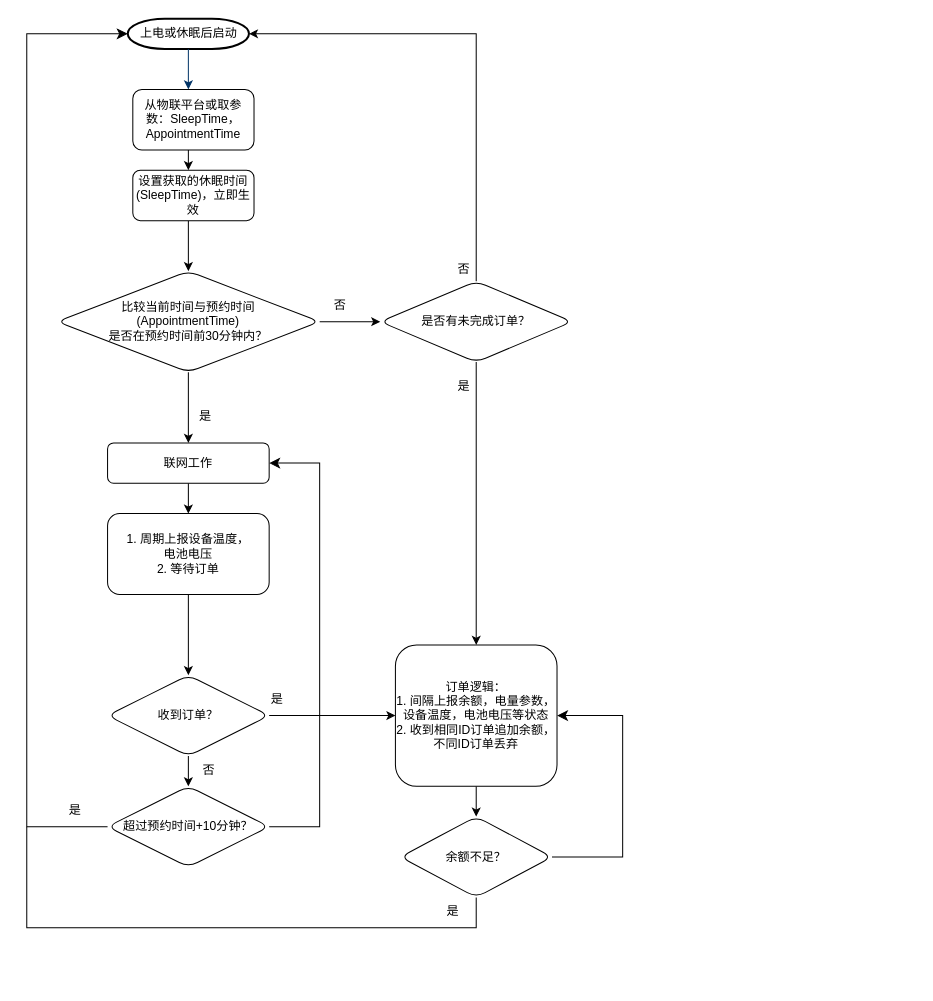
Earlier version of the draw.io diagram 未命名绘图.drawio (luo125/build-your-own-x). Source tidied: cells renumbered, new cells numbered last; positions are measured from the earlier drawing's top-left corner, leaving out a move shared by most shapes. Both pictures are drawn from the tidied source at 101%, with x=0, y=0 at pixel (26, 18).
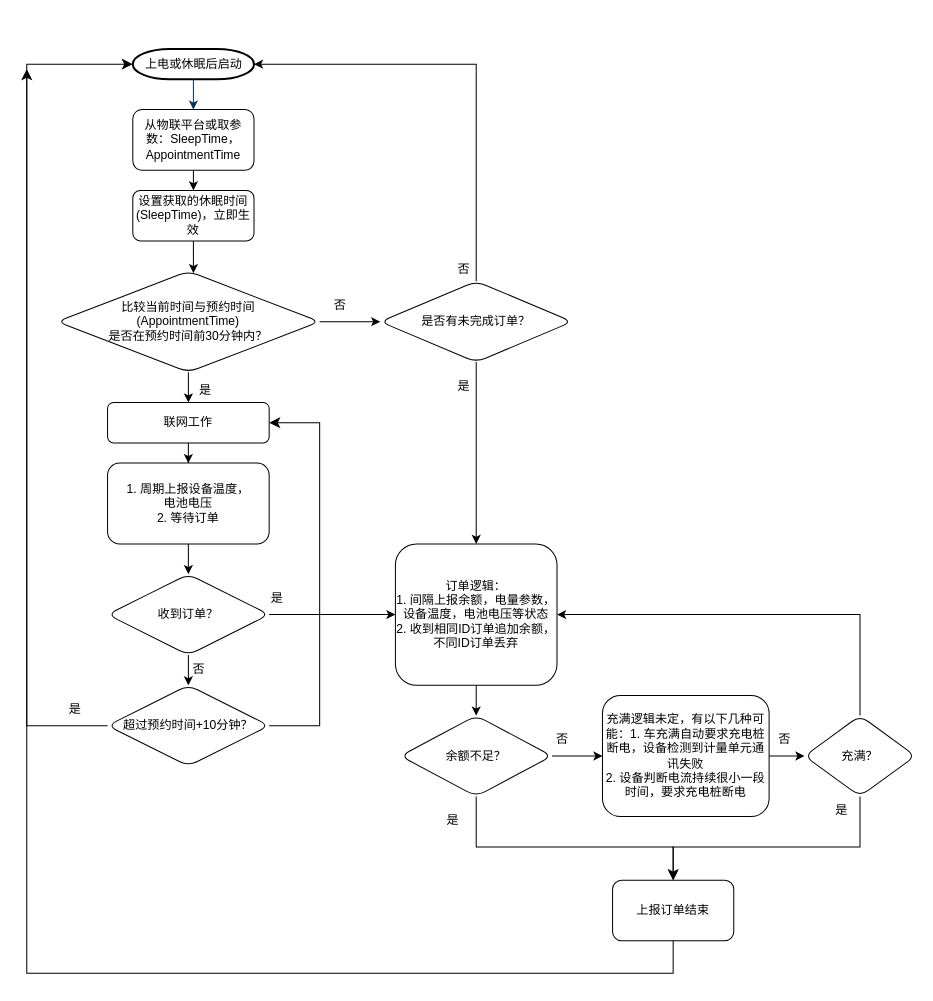
Above is the later version.

Commit message:
更新未命名绘图.drawio

Unchanged cells that the change refers to:
```xml
<mxCell id="25" value="是否有未完成订单？" style="rhombus;whiteSpace=wrap;html=1;rounded=1;" parent="1" vertex="1">
  <mxGeometry x="350" y="260" width="190" height="80" as="geometry" />
</mxCell>
```

What changed in the source:
```diff
@@
     <mxCell id="2" value="上电或休眠后启动" style="shape=mxgraph.flowchart.terminator;strokeWidth=2;gradientColor=none;gradientDirection=north;fontStyle=0;html=1;" parent="1" vertex="1">
-      <mxGeometry x="100" width="120" height="30" as="geometry" />
+      <mxGeometry x="105" y="30" width="120" height="30" as="geometry" />
     </mxCell>
-    <mxCell id="3" style="fontStyle=1;strokeColor=#003366;strokeWidth=1;html=1;" parent="1" edge="1" source="2">
-      <mxGeometry relative="1" as="geometry">
-        <mxPoint x="160" y="70" as="targetPoint" />
-      </mxGeometry>
+    <mxCell id="3" style="fontStyle=1;strokeColor=#003366;strokeWidth=1;html=1;entryX=0.5;entryY=0;entryDx=0;entryDy=0;" parent="1" edge="1" source="2" target="7">
+      <mxGeometry relative="1" as="geometry" />
     </mxCell>
     <mxCell id="4" value="是" style="text;fontStyle=0;html=1;strokeColor=none;gradientColor=none;fillColor=none;strokeWidth=2;" parent="1" vertex="1">
-      <mxGeometry x="169" y="380" width="21" height="26" as="geometry" />
+      <mxGeometry x="169" y="354" width="21" height="26" as="geometry" />
     </mxCell>
@@
     <mxCell id="7" value="从物联平台或取参数：SleepTime，AppointmentTime" style="rounded=1;whiteSpace=wrap;html=1;" parent="1" vertex="1">
-      <mxGeometry x="105" y="70" width="120" height="60" as="geometry" />
+      <mxGeometry x="105" y="90" width="120" height="60" as="geometry" />
     </mxCell>
@@
     <mxCell id="9" value="设置获取的休眠时间(SleepTime)，立即生效" style="rounded=1;whiteSpace=wrap;html=1;" parent="1" vertex="1">
-      <mxGeometry x="105" y="150" width="120" height="50" as="geometry" />
+      <mxGeometry x="105" y="170" width="120" height="50" as="geometry" />
     </mxCell>
@@
     <mxCell id="11" value="联网工作" style="rounded=1;whiteSpace=wrap;html=1;" parent="1" vertex="1">
-      <mxGeometry x="80" y="420" width="160" height="40" as="geometry" />
+      <mxGeometry x="80" y="380" width="160" height="40" as="geometry" />
     </mxCell>
     <mxCell id="12" style="endArrow=classic;html=1;rounded=0;entryX=1;entryY=0.5;entryDx=0;entryDy=0;entryPerimeter=0;exitX=0.5;exitY=0;exitDx=0;exitDy=0;" parent="1" edge="1" source="25" target="2">
       <mxGeometry relative="1" as="geometry">
         <Array as="points">
-          <mxPoint x="445" y="15" />
+          <mxPoint x="445" y="45" />
         </Array>
       </mxGeometry>
     </mxCell>
@@
     <mxCell id="16" value="1. 周期上报设备温度，&lt;br&gt;电池电压&lt;br&gt;2. 等待订单" style="rounded=1;whiteSpace=wrap;html=1;" parent="1" vertex="1">
-      <mxGeometry x="80" y="490" width="160" height="80" as="geometry" />
+      <mxGeometry x="80" y="440" width="160" height="80" as="geometry" />
     </mxCell>
@@
     <mxCell id="18" value="订单逻辑：&lt;br&gt;1. 间隔上报余额，电量参数，设备温度，电池电压等状态&lt;br&gt;2. 收到相同ID订单追加余额，不同ID订单丢弃" style="rounded=1;whiteSpace=wrap;html=1;" parent="1" vertex="1">
-      <mxGeometry x="365" y="620" width="160" height="140" as="geometry" />
+      <mxGeometry x="365" y="520" width="160" height="140" as="geometry" />
     </mxCell>
@@
     <mxCell id="21" value="收到订单？" style="rhombus;whiteSpace=wrap;html=1;rounded=1;" parent="1" vertex="1">
-      <mxGeometry x="80" y="650" width="160" height="80" as="geometry" />
+      <mxGeometry x="80" y="550" width="160" height="80" as="geometry" />
     </mxCell>
@@
+    <mxCell id="37" style="edgeStyle=orthogonalEdgeStyle;rounded=0;jettySize=auto;html=1;" parent="1" edge="1" source="27" target="39">
+      <mxGeometry relative="1" as="geometry" />
+    </mxCell>
     <mxCell id="27" value="余额不足？" style="rhombus;whiteSpace=wrap;html=1;rounded=1;" parent="1" vertex="1">
-      <mxGeometry x="370" y="790" width="150" height="80" as="geometry" />
+      <mxGeometry x="370" y="690" width="150" height="80" as="geometry" />
     </mxCell>
     <mxCell id="28" value="是" style="text;fontStyle=0;html=1;strokeColor=none;gradientColor=none;fillColor=none;strokeWidth=2;" parent="1" vertex="1">
-      <mxGeometry x="240" y="660" width="21" height="26" as="geometry" />
+      <mxGeometry x="240" y="560" width="21" height="26" as="geometry" />
     </mxCell>
@@
     <mxCell id="30" value="超过预约时间+10分钟？" style="rhombus;whiteSpace=wrap;html=1;rounded=1;" parent="1" vertex="1">
-      <mxGeometry x="80" y="760" width="160" height="80" as="geometry" />
+      <mxGeometry x="80" y="660" width="160" height="80" as="geometry" />
     </mxCell>
     <mxCell id="31" value="是" style="text;fontStyle=0;html=1;strokeColor=none;gradientColor=none;fillColor=none;strokeWidth=2;" parent="1" vertex="1">
-      <mxGeometry x="40" y="770" width="21" height="26" as="geometry" />
+      <mxGeometry x="40" y="670" width="21" height="26" as="geometry" />
     </mxCell>
     <mxCell id="32" value="否" style="text;fontStyle=0;html=1;strokeColor=none;gradientColor=none;fillColor=none;strokeWidth=2;align=center;" parent="1" vertex="1">
-      <mxGeometry x="159.5" y="730" width="40" height="26" as="geometry" />
+      <mxGeometry x="150" y="630" width="40" height="26" as="geometry" />
     </mxCell>
@@
-    <mxCell id="34" style="endArrow=none;html=1;rounded=0;entryX=0.5;entryY=1;entryDx=0;entryDy=0;" parent="1" edge="1" target="27">
-      <mxGeometry relative="1" as="geometry">
-        <mxPoint y="800" as="sourcePoint" />
-        <Array as="points">
-          <mxPoint y="900" />
-          <mxPoint x="445" y="900" />
-        </Array>
-      </mxGeometry>
-    </mxCell>
     <mxCell id="35" value="是" style="text;fontStyle=0;html=1;strokeColor=none;gradientColor=none;fillColor=none;strokeWidth=2;" parent="1" vertex="1">
-      <mxGeometry x="414" y="870" width="21" height="26" as="geometry" />
+      <mxGeometry x="414" y="780" width="21" height="26" as="geometry" />
     </mxCell>
-    <mxCell id="36" style="edgeStyle=elbowEdgeStyle;elbow=horizontal;endArrow=classic;html=1;curved=0;rounded=0;endSize=8;startSize=8;entryX=1;entryY=0.5;entryDx=0;entryDy=0;" parent="1" edge="1" source="27" target="18">
-      <mxGeometry relative="1" as="geometry">
-        <Array as="points">
-          <mxPoint x="590" y="750" />
-        </Array>
-      </mxGeometry>
-    </mxCell>
+    <mxCell id="38" style="edgeStyle=orthogonalEdgeStyle;rounded=0;jettySize=auto;html=1;" parent="1" edge="1" source="39" target="41">
+      <mxGeometry relative="1" as="geometry" />
+    </mxCell>
+    <mxCell id="39" value="充满逻辑未定，有以下几种可能：1. 车充满自动要求充电桩断电，设备检测到计量单元通讯失败&lt;br&gt;2. 设备判断电流持续很小一段时间，要求充电桩断电" style="whiteSpace=wrap;html=1;rounded=1;" parent="1" vertex="1">
+      <mxGeometry x="570" y="670" width="165" height="120" as="geometry" />
+    </mxCell>
+    <mxCell id="40" style="edgeStyle=orthogonalEdgeStyle;rounded=0;jettySize=auto;html=1;" parent="1" edge="1" source="41" target="46">
+      <mxGeometry relative="1" as="geometry">
+        <Array as="points">
+          <mxPoint x="825" y="820" />
+          <mxPoint x="640" y="820" />
+        </Array>
+      </mxGeometry>
+    </mxCell>
+    <mxCell id="41" value="充满？" style="rhombus;whiteSpace=wrap;html=1;rounded=1;" parent="1" vertex="1">
+      <mxGeometry x="770" y="690" width="110" height="80" as="geometry" />
+    </mxCell>
+    <mxCell id="42" style="endArrow=classic;html=1;rounded=0;exitX=0.5;exitY=0;exitDx=0;exitDy=0;entryX=1;entryY=0.5;entryDx=0;entryDy=0;" parent="1" edge="1" source="41" target="18">
+      <mxGeometry relative="1" as="geometry">
+        <Array as="points">
+          <mxPoint x="825" y="590" />
+        </Array>
+      </mxGeometry>
+    </mxCell>
+    <mxCell id="43" value="否" style="text;fontStyle=0;html=1;strokeColor=none;gradientColor=none;fillColor=none;strokeWidth=2;align=center;" parent="1" vertex="1">
+      <mxGeometry x="730" y="700" width="40" height="26" as="geometry" />
+    </mxCell>
+    <mxCell id="44" value="否" style="text;fontStyle=0;html=1;strokeColor=none;gradientColor=none;fillColor=none;strokeWidth=2;align=center;" parent="1" vertex="1">
+      <mxGeometry x="510" y="700" width="40" height="26" as="geometry" />
+    </mxCell>
+    <mxCell id="45" value="是" style="text;fontStyle=0;html=1;strokeColor=none;gradientColor=none;fillColor=none;strokeWidth=2;" parent="1" vertex="1">
+      <mxGeometry x="799" y="770" width="21" height="26" as="geometry" />
+    </mxCell>
+    <mxCell id="46" value="上报订单结束" style="whiteSpace=wrap;html=1;rounded=1;" parent="1" vertex="1">
+      <mxGeometry x="580" y="853" width="120" height="60" as="geometry" />
+    </mxCell>
+    <mxCell id="47" style="edgeStyle=elbowEdgeStyle;elbow=vertical;endArrow=classic;html=1;curved=0;rounded=0;endSize=8;startSize=8;entryX=0;entryY=0.5;entryDx=0;entryDy=0;entryPerimeter=0;exitX=0.5;exitY=1;exitDx=0;exitDy=0;" parent="1" edge="1" source="46">
+      <mxGeometry relative="1" as="geometry">
+        <mxPoint y="50" as="targetPoint" />
+        <Array as="points">
+          <mxPoint x="215" y="945" />
+        </Array>
+      </mxGeometry>
+    </mxCell>
+    <mxCell id="48" style="edgeStyle=elbowEdgeStyle;elbow=vertical;endArrow=classic;html=1;curved=0;rounded=0;endSize=8;startSize=8;entryX=0.5;entryY=0;entryDx=0;entryDy=0;exitX=0.5;exitY=1;exitDx=0;exitDy=0;" parent="1" edge="1" source="27" target="46">
+      <mxGeometry relative="1" as="geometry">
+        <Array as="points">
+          <mxPoint x="540" y="820" />
+        </Array>
+      </mxGeometry>
+    </mxCell>
```
